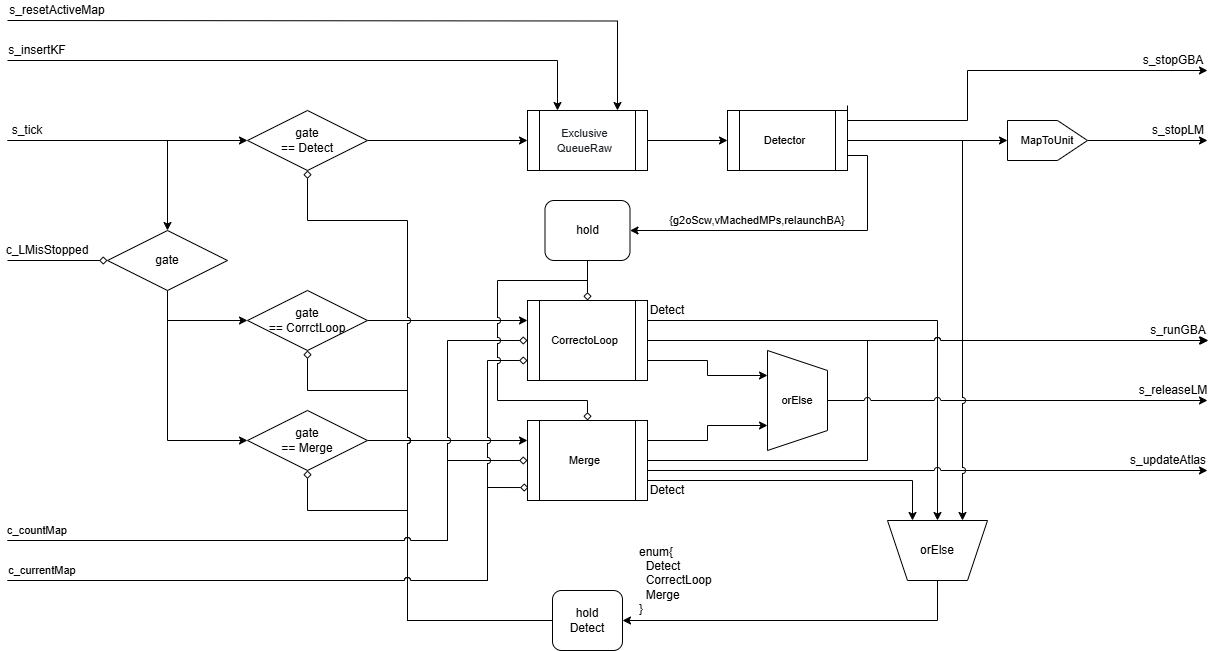
Earlier version of the draw.io export images/LoopClosingFRP.png (suzuki-taro-unofficial/ORB-SLAM3-decoding). Source tidied: cells renumbered, new cells last; positions are measured from the earlier drawing's top-left corner, leaving out a move shared by most shapes.
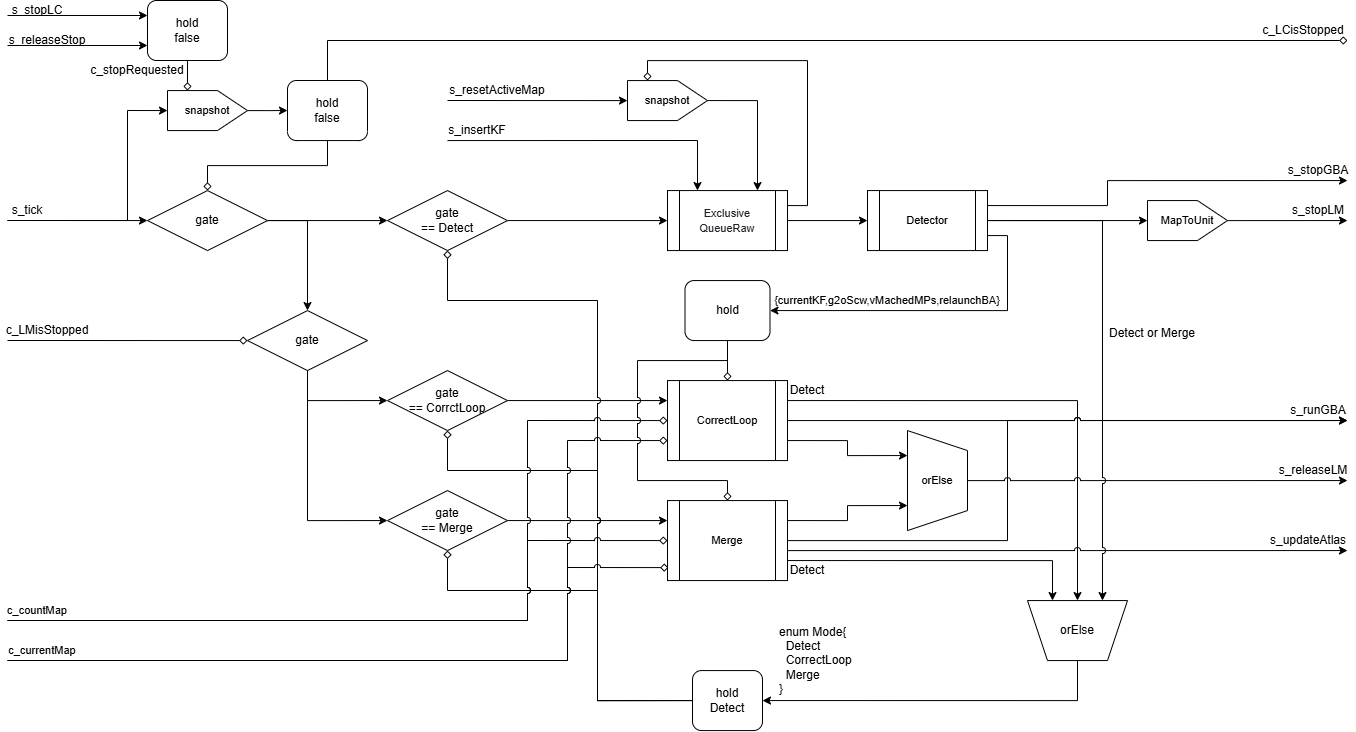
The same diagram one commit later.

Commit message:
20日のゼミの修正点を修正

The edit, as a diff of the source:
```diff
@@ -25,2 +25,5 @@
     </mxCell>
+    <mxCell id="64" style="edgeStyle=orthogonalEdgeStyle;rounded=0;jettySize=auto;html=1;exitX=1;exitY=0.25;exitDx=0;exitDy=0;entryX=1;entryY=0.25;entryDx=0;entryDy=0;endArrow=diamond;endFill=0;" parent="1" edge="1" source="9" target="66">
+      <mxGeometry relative="1" as="geometry" />
+    </mxCell>
     <mxCell id="9" value="&lt;span style=&quot;color: rgb(31, 35, 40); text-align: start; background-color: rgb(255, 255, 255);&quot;&gt;&lt;font face=&quot;Helvetica&quot; style=&quot;font-size: 11px;&quot;&gt;Exclusive&lt;/font&gt;&lt;/span&gt;&lt;div&gt;&lt;span style=&quot;color: rgb(31, 35, 40); text-align: start; background-color: rgb(255, 255, 255);&quot;&gt;&lt;font face=&quot;Helvetica&quot; style=&quot;font-size: 11px;&quot;&gt;QueueRaw&lt;/font&gt;&lt;/span&gt;&lt;/div&gt;" style="shape=process;whiteSpace=wrap;html=1;backgroundOutline=1;" parent="1" vertex="1">
@@ -45,17 +48,4 @@
     </mxCell>
-    <mxCell id="13" style="endArrow=classic;html=1;rounded=0;entryX=0;entryY=0.5;entryDx=0;entryDy=0;" parent="1" edge="1" target="3">
-      <mxGeometry relative="1" as="geometry">
-        <mxPoint y="140" as="sourcePoint" />
-      </mxGeometry>
-    </mxCell>
-    <mxCell id="14" style="endArrow=classic;html=1;rounded=0;entryX=0.5;entryY=0;entryDx=0;entryDy=0;" parent="1" edge="1" target="12">
-      <mxGeometry relative="1" as="geometry">
-        <mxPoint y="140" as="sourcePoint" />
-        <Array as="points">
-          <mxPoint x="160" y="140" />
-        </Array>
-      </mxGeometry>
-    </mxCell>
     <mxCell id="15" value="s_tick" style="text;html=1;align=center;verticalAlign=middle;whiteSpace=wrap;rounded=0;" parent="1" vertex="1">
-      <mxGeometry y="120" width="40" height="20" as="geometry" />
+      <mxGeometry x="-140" y="119.9" width="40" height="20" as="geometry" />
     </mxCell>
@@ -65,3 +55,3 @@
     <mxCell id="17" value="c_LMisStopped" style="text;html=1;align=center;verticalAlign=middle;whiteSpace=wrap;rounded=0;" parent="1" vertex="1">
-      <mxGeometry y="240" width="80" height="20" as="geometry" />
+      <mxGeometry x="-140" y="239.9" width="80" height="20" as="geometry" />
     </mxCell>
@@ -78,3 +68,3 @@
     </mxCell>
-    <mxCell id="21" value="CorrectoLoop" style="shape=process;whiteSpace=wrap;html=1;backgroundOutline=1;fontFamily=Helvetica;fontSize=11;fontColor=default;labelBackgroundColor=default;" parent="1" vertex="1">
+    <mxCell id="21" value="CorrectLoop" style="shape=process;whiteSpace=wrap;html=1;backgroundOutline=1;fontFamily=Helvetica;fontSize=11;fontColor=default;labelBackgroundColor=default;" parent="1" vertex="1">
       <mxGeometry x="520" y="300" width="120" height="80" as="geometry" />
@@ -104,5 +94,6 @@
     </mxCell>
-    <mxCell id="25" style="edgeStyle=orthogonalEdgeStyle;rounded=0;jettySize=auto;html=1;entryX=1;entryY=1;entryDx=0;entryDy=0;jumpStyle=arc;" parent="1" edge="1" target="38">
+    <mxCell id="25" style="edgeStyle=orthogonalEdgeStyle;rounded=0;orthogonalLoop=1;jettySize=auto;html=1;jumpStyle=arc;" parent="1" edge="1">
       <mxGeometry relative="1" as="geometry">
         <mxPoint x="640" y="470" as="sourcePoint" />
+        <mxPoint x="1200" y="339.9" as="targetPoint" />
         <Array as="points">
@@ -130,10 +121,9 @@
     </mxCell>
-    <mxCell id="30" style="edgeStyle=orthogonalEdgeStyle;shape=connector;rounded=0;jumpStyle=arc;orthogonalLoop=1;jettySize=auto;html=1;strokeColor=default;align=center;verticalAlign=middle;fontFamily=Helvetica;fontSize=11;fontColor=default;labelBackgroundColor=default;endArrow=classic;exitX=1;exitY=0.25;exitDx=0;exitDy=0;" parent="1" edge="1">
+    <mxCell id="30" style="edgeStyle=orthogonalEdgeStyle;shape=connector;rounded=0;jumpStyle=arc;jettySize=auto;html=1;strokeColor=default;align=center;verticalAlign=middle;fontFamily=Helvetica;fontSize=11;fontColor=default;labelBackgroundColor=default;endArrow=classic;exitX=1;exitY=0.25;exitDx=0;exitDy=0;" parent="1" edge="1" source="63">
       <mxGeometry relative="1" as="geometry">
-        <mxPoint x="840" y="105" as="sourcePoint" />
-        <mxPoint x="1200" y="70" as="targetPoint" />
+        <mxPoint x="1200" y="100" as="targetPoint" />
         <Array as="points">
-          <mxPoint x="840" y="120" />
-          <mxPoint x="960" y="120" />
-          <mxPoint x="960" y="70" />
+          <mxPoint x="960" y="125" />
+          <mxPoint x="960" y="100" />
+          <mxPoint x="1200" y="100" />
         </Array>
@@ -158,3 +148,3 @@
     <mxCell id="35" value="s_stopGBA" style="text;html=1;align=center;verticalAlign=middle;whiteSpace=wrap;rounded=0;" parent="1" vertex="1">
-      <mxGeometry x="1136" y="50" width="60" height="20" as="geometry" />
+      <mxGeometry x="1141" y="80" width="60" height="20" as="geometry" />
     </mxCell>
@@ -172,5 +162,5 @@
         <Array as="points">
-          <mxPoint x="400" y="620" />
-          <mxPoint x="400" y="220" />
-          <mxPoint x="300" y="220" />
+          <mxPoint x="450" y="619.9" />
+          <mxPoint x="450" y="219.9" />
+          <mxPoint x="300" y="219.9" />
         </Array>
@@ -181,5 +171,5 @@
         <Array as="points">
-          <mxPoint x="400" y="620" />
-          <mxPoint x="400" y="390" />
-          <mxPoint x="300" y="390" />
+          <mxPoint x="450" y="619.9" />
+          <mxPoint x="450" y="389.9" />
+          <mxPoint x="300" y="389.9" />
         </Array>
@@ -190,5 +180,5 @@
         <Array as="points">
-          <mxPoint x="400" y="620" />
-          <mxPoint x="400" y="510" />
-          <mxPoint x="300" y="510" />
+          <mxPoint x="450" y="619.9" />
+          <mxPoint x="450" y="509.9" />
+          <mxPoint x="300" y="509.9" />
         </Array>
@@ -205,3 +195,3 @@
     </mxCell>
-    <mxCell id="45" value="enum{&lt;div&gt;&amp;nbsp; Detect&lt;/div&gt;&lt;div&gt;&amp;nbsp; CorrectLoop&lt;/div&gt;&lt;div&gt;&amp;nbsp; Merge&lt;/div&gt;&lt;div&gt;}&lt;/div&gt;" style="text;html=1;align=left;verticalAlign=middle;whiteSpace=wrap;rounded=0;" parent="1" vertex="1">
+    <mxCell id="45" value="enum Mode{&lt;div&gt;&amp;nbsp; Detect&lt;/div&gt;&lt;div&gt;&amp;nbsp; CorrectLoop&lt;/div&gt;&lt;div&gt;&amp;nbsp; Merge&lt;/div&gt;&lt;div&gt;}&lt;/div&gt;" style="text;html=1;align=left;verticalAlign=middle;whiteSpace=wrap;rounded=0;" parent="1" vertex="1">
       <mxGeometry x="630" y="540" width="90" height="80" as="geometry" />
@@ -211,3 +201,3 @@
         <Array as="points">
-          <mxPoint x="550" y="60" />
+          <mxPoint x="550" y="59.9" />
         </Array>
@@ -216,6 +206,6 @@
     <mxCell id="47" value="s_insertKF" style="text;html=1;align=center;verticalAlign=middle;whiteSpace=wrap;rounded=0;" parent="1" vertex="1">
-      <mxGeometry y="40" width="60" height="20" as="geometry" />
+      <mxGeometry x="300" y="40" width="60" height="20" as="geometry" />
     </mxCell>
     <mxCell id="48" value="s_resetActiveMap" style="text;html=1;align=center;verticalAlign=middle;whiteSpace=wrap;rounded=0;" parent="1" vertex="1">
-      <mxGeometry width="100" height="20" as="geometry" />
+      <mxGeometry x="300" width="100" height="20" as="geometry" />
     </mxCell>
@@ -223,6 +213,6 @@
       <mxGeometry relative="1" as="geometry">
-        <mxPoint y="540" as="sourcePoint" />
+        <mxPoint x="-140" y="539.9" as="sourcePoint" />
         <Array as="points">
-          <mxPoint x="440" y="540" />
-          <mxPoint x="440" y="340" />
+          <mxPoint x="380" y="539.9" />
+          <mxPoint x="380" y="339.9" />
         </Array>
@@ -233,5 +223,5 @@
         <Array as="points">
-          <mxPoint x="330" y="540" />
-          <mxPoint x="440" y="540" />
-          <mxPoint x="440" y="460" />
+          <mxPoint x="190" y="539.9" />
+          <mxPoint x="380" y="539.9" />
+          <mxPoint x="380" y="459.9" />
         </Array>
@@ -240,3 +230,3 @@
     <mxCell id="51" value="c_countMap" style="text;html=1;align=center;verticalAlign=middle;whiteSpace=wrap;rounded=0;fontFamily=Helvetica;fontSize=11;fontColor=default;labelBackgroundColor=default;" parent="1" vertex="1">
-      <mxGeometry y="520" width="60" height="20" as="geometry" />
+      <mxGeometry x="-140" y="519.9" width="60" height="20" as="geometry" />
     </mxCell>
@@ -244,6 +234,6 @@
       <mxGeometry relative="1" as="geometry">
-        <mxPoint y="580" as="sourcePoint" />
+        <mxPoint x="-140" y="579.9" as="sourcePoint" />
         <Array as="points">
-          <mxPoint x="480" y="580" />
-          <mxPoint x="480" y="360" />
+          <mxPoint x="420" y="579.9" />
+          <mxPoint x="420" y="359.9" />
         </Array>
@@ -253,6 +243,6 @@
       <mxGeometry relative="1" as="geometry">
-        <mxPoint y="580" as="sourcePoint" />
+        <mxPoint x="-140" y="579.9" as="sourcePoint" />
         <Array as="points">
-          <mxPoint x="480" y="580" />
-          <mxPoint x="480" y="487" />
+          <mxPoint x="420" y="579.9" />
+          <mxPoint x="420" y="486.9" />
         </Array>
@@ -261,3 +251,3 @@
     <mxCell id="54" value="c_currentMap" style="text;html=1;align=center;verticalAlign=middle;whiteSpace=wrap;rounded=0;fontFamily=Helvetica;fontSize=11;fontColor=default;labelBackgroundColor=default;" parent="1" vertex="1">
-      <mxGeometry y="560" width="70" height="20" as="geometry" />
+      <mxGeometry x="-140" y="559.9" width="70" height="20" as="geometry" />
     </mxCell>
@@ -279,8 +269,8 @@
     </mxCell>
-    <mxCell id="58" value="{g2oScw,vMachedMPs,relaunchBA}" style="text;html=1;align=center;verticalAlign=middle;whiteSpace=wrap;rounded=0;fontFamily=Helvetica;fontSize=11;fontColor=default;labelBackgroundColor=default;" parent="1" vertex="1">
-      <mxGeometry x="660" y="210" width="180" height="20" as="geometry" />
+    <mxCell id="58" value="{currentKF,g2oScw,vMachedMPs,relaunchBA}" style="text;html=1;align=center;verticalAlign=middle;whiteSpace=wrap;rounded=0;fontFamily=Helvetica;fontSize=11;fontColor=default;labelBackgroundColor=default;" parent="1" vertex="1">
+      <mxGeometry x="650" y="210" width="180" height="20" as="geometry" />
     </mxCell>
-    <mxCell id="59" style="endArrow=classic;html=1;rounded=0;strokeColor=default;align=center;verticalAlign=middle;fontFamily=Helvetica;fontSize=11;fontColor=default;labelBackgroundColor=default;edgeStyle=orthogonalEdgeStyle;jumpStyle=arc;entryX=0.75;entryY=0;entryDx=0;entryDy=0;" parent="1" edge="1" target="9">
+    <mxCell id="59" style="endArrow=classic;html=1;rounded=0;strokeColor=default;align=center;verticalAlign=middle;fontFamily=Helvetica;fontSize=11;fontColor=default;labelBackgroundColor=default;edgeStyle=orthogonalEdgeStyle;jumpStyle=arc;entryX=0.5;entryY=0;entryDx=0;entryDy=0;" parent="1" edge="1" target="66">
       <mxGeometry relative="1" as="geometry">
-        <mxPoint y="20" as="sourcePoint" />
+        <mxPoint x="300" y="19.9" as="sourcePoint" />
       </mxGeometry>
@@ -299,2 +289,79 @@
     </mxCell>
+    <mxCell id="65" style="edgeStyle=orthogonalEdgeStyle;rounded=0;jettySize=auto;html=1;entryX=0.75;entryY=0;entryDx=0;entryDy=0;exitX=0.5;exitY=1;exitDx=0;exitDy=0;" parent="1" edge="1" source="66" target="9">
+      <mxGeometry relative="1" as="geometry" />
+    </mxCell>
+    <mxCell id="66" value="snapshot" style="shape=offPageConnector;whiteSpace=wrap;html=1;fontFamily=Helvetica;fontSize=11;fontColor=default;labelBackgroundColor=default;direction=north;" parent="1" vertex="1">
+      <mxGeometry x="480" width="80" height="40" as="geometry" />
+    </mxCell>
+    <mxCell id="67" style="edgeStyle=orthogonalEdgeStyle;rounded=0;jettySize=auto;html=1;exitX=0.5;exitY=1;exitDx=0;exitDy=0;entryX=1;entryY=0.25;entryDx=0;entryDy=0;endArrow=diamond;endFill=0;" parent="1" edge="1" source="68" target="75">
+      <mxGeometry relative="1" as="geometry" />
+    </mxCell>
+    <mxCell id="68" value="hold&lt;div&gt;false&lt;/div&gt;" style="rounded=1;whiteSpace=wrap;html=1;" parent="1" vertex="1">
+      <mxGeometry y="-80.1" width="80" height="60" as="geometry" />
+    </mxCell>
+    <mxCell id="69" value="s_stopLC" style="text;html=1;align=center;verticalAlign=middle;whiteSpace=wrap;rounded=0;" parent="1" vertex="1">
+      <mxGeometry x="-140" y="-80.1" width="60" height="20" as="geometry" />
+    </mxCell>
+    <mxCell id="70" value="s_releaseStop" style="text;html=1;align=center;verticalAlign=middle;whiteSpace=wrap;rounded=0;" parent="1" vertex="1">
+      <mxGeometry x="-140" y="-50.1" width="80" height="20" as="geometry" />
+    </mxCell>
+    <mxCell id="71" style="edgeStyle=orthogonalEdgeStyle;rounded=0;jettySize=auto;html=1;exitX=0.5;exitY=1;exitDx=0;exitDy=0;entryX=0.5;entryY=0;entryDx=0;entryDy=0;endArrow=diamond;endFill=0;" parent="1" edge="1" source="73" target="79">
+      <mxGeometry relative="1" as="geometry" />
+    </mxCell>
+    <mxCell id="72" style="edgeStyle=orthogonalEdgeStyle;rounded=0;jettySize=auto;html=1;exitX=0.5;exitY=0;exitDx=0;exitDy=0;endArrow=diamond;endFill=0;" parent="1" edge="1" source="73">
+      <mxGeometry relative="1" as="geometry">
+        <mxPoint x="1200" y="-40.1" as="targetPoint" />
+        <Array as="points">
+          <mxPoint x="180" y="-40.1" />
+        </Array>
+      </mxGeometry>
+    </mxCell>
+    <mxCell id="73" value="hold&lt;div&gt;false&lt;/div&gt;" style="rounded=1;whiteSpace=wrap;html=1;" parent="1" vertex="1">
+      <mxGeometry x="140" y="-0.1" width="80" height="60.1" as="geometry" />
+    </mxCell>
+    <mxCell id="74" style="edgeStyle=orthogonalEdgeStyle;rounded=0;jettySize=auto;html=1;entryX=0;entryY=0.5;entryDx=0;entryDy=0;" parent="1" edge="1" source="75" target="73">
+      <mxGeometry relative="1" as="geometry" />
+    </mxCell>
+    <mxCell id="75" value="snapshot" style="shape=offPageConnector;whiteSpace=wrap;html=1;fontFamily=Helvetica;fontSize=11;fontColor=default;labelBackgroundColor=default;direction=north;" parent="1" vertex="1">
+      <mxGeometry x="20" y="10" width="80" height="40" as="geometry" />
+    </mxCell>
+    <mxCell id="76" style="endArrow=classic;html=1;rounded=0;exitX=0;exitY=1;exitDx=0;exitDy=0;entryX=0.5;entryY=0;entryDx=0;entryDy=0;jumpStyle=arc;" parent="1" edge="1" source="15" target="75">
+      <mxGeometry relative="1" as="geometry">
+        <Array as="points">
+          <mxPoint x="-20" y="139.9" />
+          <mxPoint x="-20" y="29.9" />
+        </Array>
+      </mxGeometry>
+    </mxCell>
+    <mxCell id="77" style="edgeStyle=orthogonalEdgeStyle;rounded=0;jettySize=auto;html=1;entryX=0;entryY=0.5;entryDx=0;entryDy=0;" parent="1" edge="1" source="79" target="3">
+      <mxGeometry relative="1" as="geometry" />
+    </mxCell>
+    <mxCell id="78" style="edgeStyle=orthogonalEdgeStyle;rounded=0;jettySize=auto;html=1;entryX=0.5;entryY=0;entryDx=0;entryDy=0;exitX=1;exitY=0.5;exitDx=0;exitDy=0;" parent="1" edge="1" source="79" target="12">
+      <mxGeometry relative="1" as="geometry" />
+    </mxCell>
+    <mxCell id="79" value="gate" style="rhombus;whiteSpace=wrap;html=1;" parent="1" vertex="1">
+      <mxGeometry y="110" width="120" height="60" as="geometry" />
+    </mxCell>
+    <mxCell id="80" style="endArrow=classic;html=1;rounded=0;exitX=0;exitY=1;exitDx=0;exitDy=0;entryX=0;entryY=0.5;entryDx=0;entryDy=0;" parent="1" edge="1" source="15" target="79">
+      <mxGeometry relative="1" as="geometry" />
+    </mxCell>
+    <mxCell id="81" style="endArrow=classic;html=1;rounded=0;entryX=0;entryY=0.75;entryDx=0;entryDy=0;" parent="1" edge="1" target="68">
+      <mxGeometry relative="1" as="geometry">
+        <mxPoint x="-140" y="-35.1" as="sourcePoint" />
+      </mxGeometry>
+    </mxCell>
+    <mxCell id="82" style="endArrow=classic;html=1;rounded=0;entryX=0;entryY=0.25;entryDx=0;entryDy=0;" parent="1" edge="1" target="68">
+      <mxGeometry relative="1" as="geometry">
+        <mxPoint x="-140" y="-65.1" as="sourcePoint" />
+      </mxGeometry>
+    </mxCell>
+    <mxCell id="83" value="c_LCisStopped" style="text;html=1;align=center;verticalAlign=middle;whiteSpace=wrap;rounded=0;" parent="1" vertex="1">
+      <mxGeometry x="1111" y="-60.1" width="90" height="20" as="geometry" />
+    </mxCell>
+    <mxCell id="84" value="c_stopRequested" style="text;html=1;align=center;verticalAlign=middle;whiteSpace=wrap;rounded=0;" parent="1" vertex="1">
+      <mxGeometry x="-60" y="-20.1" width="100" height="20" as="geometry" />
+    </mxCell>
+    <mxCell id="85" value="Detect or Merge" style="text;html=1;align=center;verticalAlign=middle;whiteSpace=wrap;rounded=0;" parent="1" vertex="1">
+      <mxGeometry x="950" y="245" width="110" height="14.9" as="geometry" />
+    </mxCell>
   </root>
```
